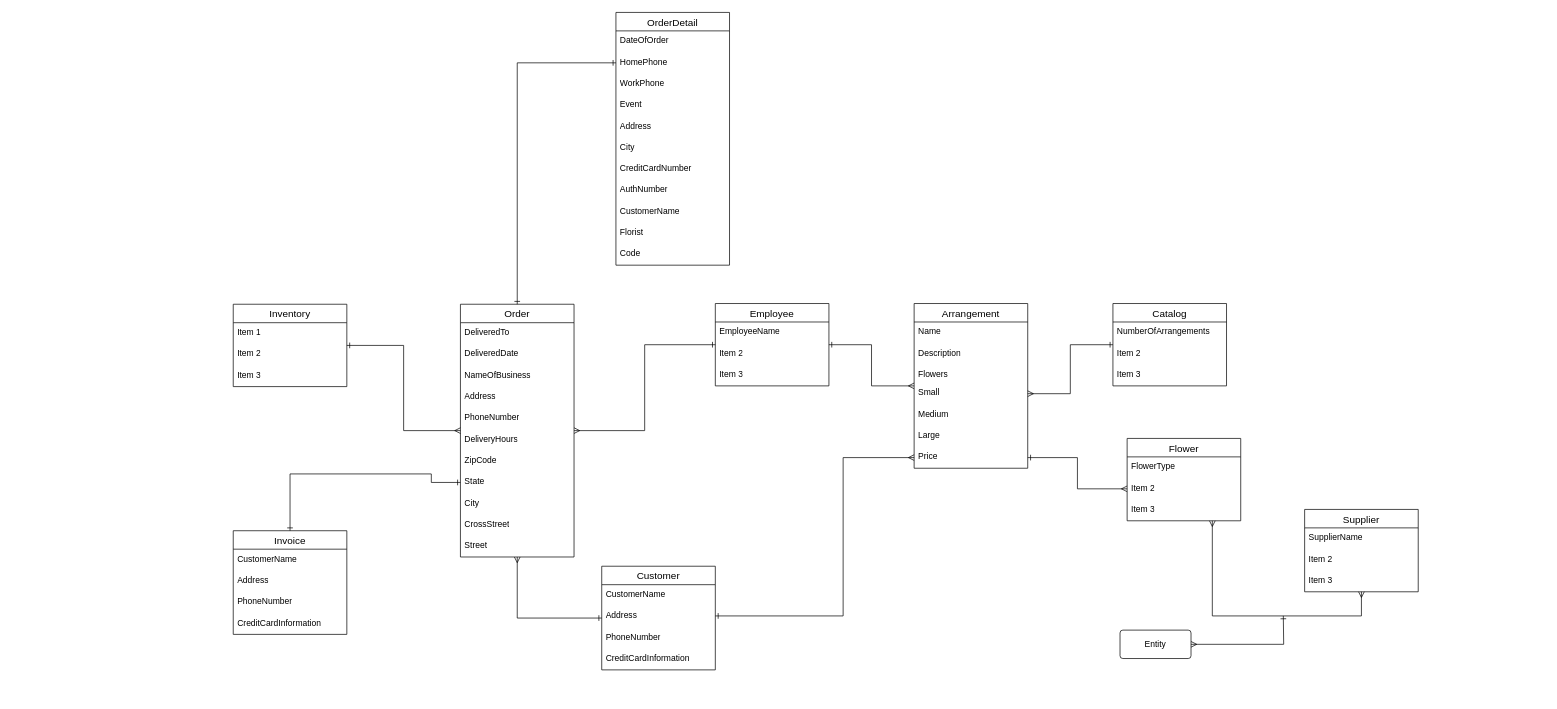
Before: ADBProject/ADB Project.drawio in TacoMaster04/draw.io, a draw.io diagram. Source tidied: cells renumbered, new cells numbered last; positions are measured from the earlier drawing's top-left corner, leaving out a move shared by most shapes. Both pictures are drawn from the tidied source at 71%, with x=0, y=0 at pixel (233, 12).
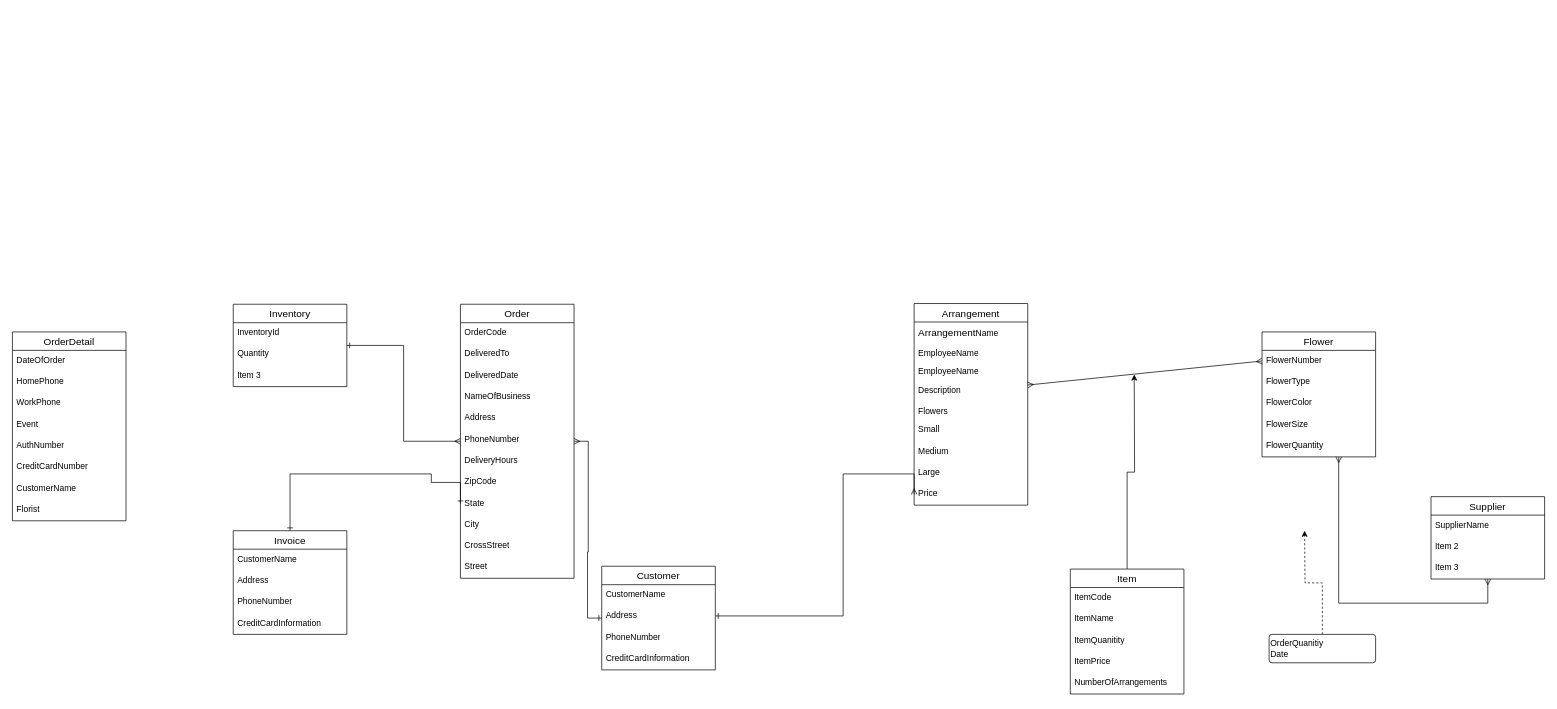
The same diagram, later.

Unchanged cells that the change refers to:
```xml
<mxCell id="19" value="Address" style="text;strokeColor=none;fillColor=none;spacingLeft=4;spacingRight=4;overflow=hidden;points=[[0,0.5],[1,0.5]];portConstraint=eastwest;fontSize=12;whiteSpace=wrap;html=1;" parent="17" vertex="1">
  <mxGeometry y="56" width="160" height="30" as="geometry" />
</mxCell>
<mxCell id="53" value="Inventory" style="swimlane;fontStyle=0;horizontal=1;startSize=26;align=center;fontSize=14;" parent="1" vertex="1">
  <mxGeometry y="411" width="160" height="116" as="geometry" />
</mxCell>
<mxCell id="59" value="HomePhone" style="text;strokeColor=none;fillColor=none;spacingLeft=4;spacingRight=4;overflow=hidden;points=[[0,0.5],[1,0.5]];portConstraint=eastwest;fontSize=12;whiteSpace=wrap;html=1;" parent="57" vertex="1">
  <mxGeometry y="56" width="160" height="30" as="geometry" />
</mxCell>
```

Change to the diagram source:
```diff
@@
-    <mxCell id="3" style="edgeStyle=orthogonalEdgeStyle;rounded=0;jettySize=auto;html=1;endArrow=ERone;endFill=0;startArrow=ERmany;startFill=0;" parent="1" edge="1" source="4" target="44">
-      <mxGeometry relative="1" as="geometry" />
-    </mxCell>
     <mxCell id="4" value="Order" style="swimlane;fontStyle=0;horizontal=1;startSize=26;align=center;fontSize=14;" parent="1" vertex="1">
-      <mxGeometry x="320" y="411" width="160" height="356" as="geometry" />
+      <mxGeometry x="320" y="411" width="160" height="386" as="geometry" />
     </mxCell>
+    <mxCell id="68" value="OrderCode" style="text;strokeColor=none;fillColor=none;spacingLeft=4;spacingRight=4;overflow=hidden;fontSize=12;whiteSpace=wrap;html=1;" parent="4" vertex="1">
+      <mxGeometry y="26" width="160" height="30" as="geometry" />
+    </mxCell>
     <mxCell id="5" value="DeliveredTo" style="text;strokeColor=none;fillColor=none;spacingLeft=4;spacingRight=4;overflow=hidden;fontSize=12;whiteSpace=wrap;html=1;" parent="4" vertex="1">
-      <mxGeometry y="26" width="160" height="30" as="geometry" />
+      <mxGeometry y="56" width="160" height="30" as="geometry" />
     </mxCell>
     <mxCell id="6" value="DeliveredDate" style="text;strokeColor=none;fillColor=none;spacingLeft=4;spacingRight=4;overflow=hidden;fontSize=12;whiteSpace=wrap;html=1;" parent="4" vertex="1">
-      <mxGeometry y="56" width="160" height="30" as="geometry" />
+      <mxGeometry y="86" width="160" height="30" as="geometry" />
     </mxCell>
     <mxCell id="7" value="NameOfBusiness" style="text;strokeColor=none;fillColor=none;spacingLeft=4;spacingRight=4;overflow=hidden;fontSize=12;whiteSpace=wrap;html=1;" parent="4" vertex="1">
-      <mxGeometry y="86" width="160" height="30" as="geometry" />
+      <mxGeometry y="116" width="160" height="30" as="geometry" />
     </mxCell>
     <mxCell id="8" value="Address" style="text;strokeColor=none;fillColor=none;spacingLeft=4;spacingRight=4;overflow=hidden;fontSize=12;whiteSpace=wrap;html=1;" parent="4" vertex="1">
-      <mxGeometry y="116" width="160" height="30" as="geometry" />
+      <mxGeometry y="146" width="160" height="30" as="geometry" />
     </mxCell>
     <mxCell id="9" value="PhoneNumber" style="text;strokeColor=none;fillColor=none;spacingLeft=4;spacingRight=4;overflow=hidden;fontSize=12;whiteSpace=wrap;html=1;" parent="4" vertex="1">
-      <mxGeometry y="146" width="160" height="30" as="geometry" />
+      <mxGeometry y="176" width="160" height="30" as="geometry" />
     </mxCell>
     <mxCell id="10" value="DeliveryHours" style="text;strokeColor=none;fillColor=none;spacingLeft=4;spacingRight=4;overflow=hidden;fontSize=12;whiteSpace=wrap;html=1;" parent="4" vertex="1">
-      <mxGeometry y="176" width="160" height="30" as="geometry" />
+      <mxGeometry y="206" width="160" height="30" as="geometry" />
     </mxCell>
     <mxCell id="11" value="ZipCode" style="text;strokeColor=none;fillColor=none;spacingLeft=4;spacingRight=4;overflow=hidden;fontSize=12;whiteSpace=wrap;html=1;" parent="4" vertex="1">
-      <mxGeometry y="206" width="160" height="30" as="geometry" />
+      <mxGeometry y="236" width="160" height="30" as="geometry" />
     </mxCell>
     <mxCell id="12" value="State" style="text;strokeColor=none;fillColor=none;spacingLeft=4;spacingRight=4;overflow=hidden;points=[[0,0.5],[1,0.5]];portConstraint=eastwest;fontSize=12;whiteSpace=wrap;html=1;" parent="4" vertex="1">
-      <mxGeometry y="236" width="160" height="30" as="geometry" />
+      <mxGeometry y="266" width="160" height="30" as="geometry" />
     </mxCell>
     <mxCell id="13" value="City" style="text;strokeColor=none;fillColor=none;spacingLeft=4;spacingRight=4;overflow=hidden;fontSize=12;whiteSpace=wrap;html=1;" parent="4" vertex="1">
-      <mxGeometry y="266" width="160" height="30" as="geometry" />
+      <mxGeometry y="296" width="160" height="30" as="geometry" />
     </mxCell>
     <mxCell id="14" value="CrossStreet" style="text;strokeColor=none;fillColor=none;spacingLeft=4;spacingRight=4;overflow=hidden;fontSize=12;whiteSpace=wrap;html=1;" parent="4" vertex="1">
-      <mxGeometry y="296" width="160" height="30" as="geometry" />
+      <mxGeometry y="326" width="160" height="30" as="geometry" />
     </mxCell>
     <mxCell id="15" value="Street" style="text;strokeColor=none;fillColor=none;spacingLeft=4;spacingRight=4;overflow=hidden;fontSize=12;whiteSpace=wrap;html=1;" parent="4" vertex="1">
-      <mxGeometry y="326" width="160" height="30" as="geometry" />
+      <mxGeometry y="356" width="160" height="30" as="geometry" />
     </mxCell>
@@
-    <mxCell id="22" style="edgeStyle=orthogonalEdgeStyle;rounded=0;jettySize=auto;html=1;endArrow=ERone;endFill=0;startArrow=ERmany;startFill=0;" parent="1" edge="1" source="23" target="44">
-      <mxGeometry relative="1" as="geometry" />
-    </mxCell>
     <mxCell id="23" value="Arrangement" style="swimlane;fontStyle=0;horizontal=1;startSize=26;align=center;fontSize=14;" parent="1" vertex="1">
-      <mxGeometry x="959" y="410" width="160" height="232" as="geometry" />
+      <mxGeometry x="959" y="410" width="160" height="284" as="geometry" />
     </mxCell>
-    <mxCell id="24" value="Name" style="text;strokeColor=none;fillColor=none;spacingLeft=4;spacingRight=4;overflow=hidden;fontSize=12;whiteSpace=wrap;html=1;" parent="23" vertex="1">
+    <mxCell id="24" value="&lt;span style=&quot;font-size: 14px; text-align: center; text-wrap-mode: nowrap;&quot;&gt;Arrangement&lt;/span&gt;Name" style="text;strokeColor=none;fillColor=none;spacingLeft=4;spacingRight=4;overflow=hidden;fontSize=12;whiteSpace=wrap;html=1;" parent="23" vertex="1">
       <mxGeometry y="26" width="160" height="30" as="geometry" />
     </mxCell>
+    <mxCell id="76" value="EmployeeName" style="text;strokeColor=none;fillColor=none;spacingLeft=4;spacingRight=4;overflow=hidden;fontSize=12;whiteSpace=wrap;html=1;" parent="23" vertex="1">
+      <mxGeometry y="56" width="160" height="26" as="geometry" />
+    </mxCell>
+    <mxCell id="77" value="EmployeeName" style="text;strokeColor=none;fillColor=none;spacingLeft=4;spacingRight=4;overflow=hidden;fontSize=12;whiteSpace=wrap;html=1;" parent="23" vertex="1">
+      <mxGeometry y="82" width="160" height="26" as="geometry" />
+    </mxCell>
     <mxCell id="25" value="Description" style="text;strokeColor=none;fillColor=none;spacingLeft=4;spacingRight=4;overflow=hidden;points=[[0,0.5],[1,0.5]];portConstraint=eastwest;fontSize=12;whiteSpace=wrap;html=1;" parent="23" vertex="1">
-      <mxGeometry y="56" width="160" height="30" as="geometry" />
+      <mxGeometry y="108" width="160" height="30" as="geometry" />
     </mxCell>
     <mxCell id="26" value="Flowers" style="text;strokeColor=none;fillColor=none;spacingLeft=4;spacingRight=4;overflow=hidden;fontSize=12;whiteSpace=wrap;html=1;" parent="23" vertex="1">
-      <mxGeometry y="86" width="160" height="26" as="geometry" />
+      <mxGeometry y="138" width="160" height="26" as="geometry" />
     </mxCell>
     <mxCell id="27" value="Small" style="text;strokeColor=none;fillColor=none;spacingLeft=4;spacingRight=4;overflow=hidden;points=[[0,0.5],[1,0.5]];portConstraint=eastwest;fontSize=12;whiteSpace=wrap;html=1;" parent="23" vertex="1">
-      <mxGeometry y="112" width="160" height="30" as="geometry" />
+      <mxGeometry y="164" width="160" height="30" as="geometry" />
     </mxCell>
     <mxCell id="28" value="Medium" style="text;strokeColor=none;fillColor=none;spacingLeft=4;spacingRight=4;overflow=hidden;fontSize=12;whiteSpace=wrap;html=1;" parent="23" vertex="1">
-      <mxGeometry y="142" width="160" height="30" as="geometry" />
+      <mxGeometry y="194" width="160" height="30" as="geometry" />
     </mxCell>
     <mxCell id="29" value="Large" style="text;strokeColor=none;fillColor=none;spacingLeft=4;spacingRight=4;overflow=hidden;fontSize=12;whiteSpace=wrap;html=1;" parent="23" vertex="1">
-      <mxGeometry y="172" width="160" height="30" as="geometry" />
+      <mxGeometry y="224" width="160" height="30" as="geometry" />
     </mxCell>
     <mxCell id="30" value="Price" style="text;strokeColor=none;fillColor=none;spacingLeft=4;spacingRight=4;overflow=hidden;points=[[0,0.5],[1,0.5]];portConstraint=eastwest;fontSize=12;whiteSpace=wrap;html=1;" parent="23" vertex="1">
-      <mxGeometry y="202" width="160" height="30" as="geometry" />
+      <mxGeometry y="254" width="160" height="30" as="geometry" />
     </mxCell>
+    <mxCell id="78" style="edgeStyle=orthogonalEdgeStyle;rounded=0;jettySize=auto;html=1;" parent="1" edge="1" source="31">
+      <mxGeometry relative="1" as="geometry">
+        <mxPoint x="1269" y="510" as="targetPoint" />
+      </mxGeometry>
+    </mxCell>
-    <mxCell id="31" value="Catalog" style="swimlane;fontStyle=0;horizontal=1;startSize=26;align=center;fontSize=14;" parent="1" vertex="1">
-      <mxGeometry x="1239" y="410" width="160" height="116" as="geometry" />
+    <mxCell id="31" value="Item" style="swimlane;fontStyle=0;horizontal=1;startSize=26;align=center;fontSize=14;" parent="1" vertex="1">
+      <mxGeometry x="1179" y="784" width="160" height="176" as="geometry" />
     </mxCell>
+    <mxCell id="34" value="ItemCode" style="text;strokeColor=none;fillColor=none;spacingLeft=4;spacingRight=4;overflow=hidden;fontSize=12;whiteSpace=wrap;html=1;" parent="31" vertex="1">
+      <mxGeometry y="26" width="160" height="30" as="geometry" />
+    </mxCell>
+    <mxCell id="79" value="ItemName" style="text;strokeColor=none;fillColor=none;spacingLeft=4;spacingRight=4;overflow=hidden;fontSize=12;whiteSpace=wrap;html=1;" parent="31" vertex="1">
+      <mxGeometry y="56" width="160" height="30" as="geometry" />
+    </mxCell>
+    <mxCell id="80" value="ItemQuanitity" style="text;strokeColor=none;fillColor=none;spacingLeft=4;spacingRight=4;overflow=hidden;fontSize=12;whiteSpace=wrap;html=1;" parent="31" vertex="1">
+      <mxGeometry y="86" width="160" height="30" as="geometry" />
+    </mxCell>
+    <mxCell id="81" value="ItemPrice" style="text;strokeColor=none;fillColor=none;spacingLeft=4;spacingRight=4;overflow=hidden;fontSize=12;whiteSpace=wrap;html=1;" parent="31" vertex="1">
+      <mxGeometry y="116" width="160" height="30" as="geometry" />
+    </mxCell>
     <mxCell id="32" value="NumberOfArrangements" style="text;strokeColor=none;fillColor=none;spacingLeft=4;spacingRight=4;overflow=hidden;fontSize=12;whiteSpace=wrap;html=1;" parent="31" vertex="1">
-      <mxGeometry y="26" width="160" height="30" as="geometry" />
+      <mxGeometry y="146" width="160" height="30" as="geometry" />
     </mxCell>
-    <mxCell id="33" value="Item 2" style="text;strokeColor=none;fillColor=none;spacingLeft=4;spacingRight=4;overflow=hidden;fontSize=12;whiteSpace=wrap;html=1;" parent="31" vertex="1">
-      <mxGeometry y="56" width="160" height="30" as="geometry" />
-    </mxCell>
-    <mxCell id="34" value="Item 3" style="text;strokeColor=none;fillColor=none;spacingLeft=4;spacingRight=4;overflow=hidden;fontSize=12;whiteSpace=wrap;html=1;" parent="31" vertex="1">
-      <mxGeometry y="86" width="160" height="30" as="geometry" />
-    </mxCell>
     <mxCell id="35" style="edgeStyle=orthogonalEdgeStyle;rounded=0;jettySize=auto;html=1;endArrow=ERmany;endFill=0;startArrow=ERmany;startFill=0;" parent="1" edge="1" source="36" target="40">
       <mxGeometry relative="1" as="geometry">
         <Array as="points">
-          <mxPoint x="1589" y="850" />
-          <mxPoint x="1379" y="850" />
+          <mxPoint x="1767" y="832" />
+          <mxPoint x="1557" y="832" />
         </Array>
       </mxGeometry>
     </mxCell>
     <mxCell id="36" value="Supplier" style="swimlane;fontStyle=0;horizontal=1;startSize=26;align=center;fontSize=14;" parent="1" vertex="1">
-      <mxGeometry x="1509" y="700" width="160" height="116" as="geometry" />
+      <mxGeometry x="1687" y="682" width="160" height="116" as="geometry" />
     </mxCell>
@@
     <mxCell id="40" value="Flower" style="swimlane;fontStyle=0;horizontal=1;startSize=26;align=center;fontSize=14;" parent="1" vertex="1">
-      <mxGeometry x="1259" y="600" width="160" height="116" as="geometry" />
+      <mxGeometry x="1449" y="450" width="160" height="176" as="geometry" />
     </mxCell>
+    <mxCell id="42" value="FlowerNumber" style="text;strokeColor=none;fillColor=none;spacingLeft=4;spacingRight=4;overflow=hidden;points=[[0,0.5],[1,0.5]];portConstraint=eastwest;fontSize=12;whiteSpace=wrap;html=1;" parent="40" vertex="1">
+      <mxGeometry y="26" width="160" height="30" as="geometry" />
+    </mxCell>
     <mxCell id="41" value="FlowerType" style="text;strokeColor=none;fillColor=none;spacingLeft=4;spacingRight=4;overflow=hidden;fontSize=12;whiteSpace=wrap;html=1;" parent="40" vertex="1">
-      <mxGeometry y="26" width="160" height="30" as="geometry" />
+      <mxGeometry y="56" width="160" height="30" as="geometry" />
     </mxCell>
-    <mxCell id="42" value="Item 2" style="text;strokeColor=none;fillColor=none;spacingLeft=4;spacingRight=4;overflow=hidden;points=[[0,0.5],[1,0.5]];portConstraint=eastwest;fontSize=12;whiteSpace=wrap;html=1;" parent="40" vertex="1">
-      <mxGeometry y="56" width="160" height="30" as="geometry" />
-    </mxCell>
-    <mxCell id="43" value="Item 3" style="text;strokeColor=none;fillColor=none;spacingLeft=4;spacingRight=4;overflow=hidden;fontSize=12;whiteSpace=wrap;html=1;" parent="40" vertex="1">
+    <mxCell id="43" value="FlowerColor" style="text;strokeColor=none;fillColor=none;spacingLeft=4;spacingRight=4;overflow=hidden;fontSize=12;whiteSpace=wrap;html=1;" parent="40" vertex="1">
       <mxGeometry y="86" width="160" height="30" as="geometry" />
     </mxCell>
-    <mxCell id="44" value="Employee" style="swimlane;fontStyle=0;horizontal=1;startSize=26;align=center;fontSize=14;" parent="1" vertex="1">
-      <mxGeometry x="679" y="410" width="160" height="116" as="geometry" />
-    </mxCell>
-    <mxCell id="45" value="EmployeeName" style="text;strokeColor=none;fillColor=none;spacingLeft=4;spacingRight=4;overflow=hidden;fontSize=12;whiteSpace=wrap;html=1;" parent="44" vertex="1">
-      <mxGeometry y="26" width="160" height="30" as="geometry" />
-    </mxCell>
-    <mxCell id="46" value="Item 2" style="text;strokeColor=none;fillColor=none;spacingLeft=4;spacingRight=4;overflow=hidden;fontSize=12;whiteSpace=wrap;html=1;" parent="44" vertex="1">
-      <mxGeometry y="56" width="160" height="30" as="geometry" />
-    </mxCell>
-    <mxCell id="47" value="Item 3" style="text;strokeColor=none;fillColor=none;spacingLeft=4;spacingRight=4;overflow=hidden;fontSize=12;whiteSpace=wrap;html=1;" parent="44" vertex="1">
-      <mxGeometry y="86" width="160" height="30" as="geometry" />
-    </mxCell>
+    <mxCell id="82" value="FlowerSize" style="text;strokeColor=none;fillColor=none;spacingLeft=4;spacingRight=4;overflow=hidden;fontSize=12;whiteSpace=wrap;html=1;" parent="40" vertex="1">
+      <mxGeometry y="116" width="160" height="30" as="geometry" />
+    </mxCell>
+    <mxCell id="83" value="FlowerQuantity" style="text;strokeColor=none;fillColor=none;spacingLeft=4;spacingRight=4;overflow=hidden;fontSize=12;whiteSpace=wrap;html=1;" parent="40" vertex="1">
+      <mxGeometry y="146" width="160" height="30" as="geometry" />
+    </mxCell>
@@
+    <mxCell id="55" value="InventoryId" style="text;strokeColor=none;fillColor=none;spacingLeft=4;spacingRight=4;overflow=hidden;fontSize=12;whiteSpace=wrap;html=1;" parent="53" vertex="1">
+      <mxGeometry y="26" width="160" height="30" as="geometry" />
+    </mxCell>
-    <mxCell id="54" value="Item 1" style="text;strokeColor=none;fillColor=none;spacingLeft=4;spacingRight=4;overflow=hidden;fontSize=12;whiteSpace=wrap;html=1;" parent="53" vertex="1">
-      <mxGeometry y="26" width="160" height="30" as="geometry" />
+    <mxCell id="54" value="Quantity" style="text;strokeColor=none;fillColor=none;spacingLeft=4;spacingRight=4;overflow=hidden;fontSize=12;whiteSpace=wrap;html=1;" parent="53" vertex="1">
+      <mxGeometry y="56" width="160" height="30" as="geometry" />
     </mxCell>
-    <mxCell id="55" value="Item 2" style="text;strokeColor=none;fillColor=none;spacingLeft=4;spacingRight=4;overflow=hidden;fontSize=12;whiteSpace=wrap;html=1;" parent="53" vertex="1">
-      <mxGeometry y="56" width="160" height="30" as="geometry" />
-    </mxCell>
@@
     <mxCell id="57" value="OrderDetail" style="swimlane;fontStyle=0;horizontal=1;startSize=26;align=center;fontSize=14;" parent="1" vertex="1">
-      <mxGeometry x="539" width="160" height="356" as="geometry" />
+      <mxGeometry x="-311" y="450" width="160" height="266" as="geometry" />
     </mxCell>
@@
-    <mxCell id="62" value="Address" style="text;strokeColor=none;fillColor=none;spacingLeft=4;spacingRight=4;overflow=hidden;fontSize=12;whiteSpace=wrap;html=1;" parent="57" vertex="1">
-      <mxGeometry y="146" width="160" height="30" as="geometry" />
-    </mxCell>
-    <mxCell id="63" value="City" style="text;strokeColor=none;fillColor=none;spacingLeft=4;spacingRight=4;overflow=hidden;fontSize=12;whiteSpace=wrap;html=1;" parent="57" vertex="1">
-      <mxGeometry y="176" width="160" height="30" as="geometry" />
-    </mxCell>
+    <mxCell id="65" value="AuthNumber" style="text;strokeColor=none;fillColor=none;spacingLeft=4;spacingRight=4;overflow=hidden;fontSize=12;whiteSpace=wrap;html=1;" parent="57" vertex="1">
+      <mxGeometry y="146" width="160" height="30" as="geometry" />
+    </mxCell>
     <mxCell id="64" value="CreditCardNumber" style="text;strokeColor=none;fillColor=none;spacingLeft=4;spacingRight=4;overflow=hidden;fontSize=12;whiteSpace=wrap;html=1;" parent="57" vertex="1">
-      <mxGeometry y="206" width="160" height="30" as="geometry" />
+      <mxGeometry y="176" width="160" height="30" as="geometry" />
     </mxCell>
-    <mxCell id="65" value="AuthNumber" style="text;strokeColor=none;fillColor=none;spacingLeft=4;spacingRight=4;overflow=hidden;fontSize=12;whiteSpace=wrap;html=1;" parent="57" vertex="1">
-      <mxGeometry y="236" width="160" height="30" as="geometry" />
-    </mxCell>
     <mxCell id="66" value="CustomerName" style="text;strokeColor=none;fillColor=none;spacingLeft=4;spacingRight=4;overflow=hidden;fontSize=12;whiteSpace=wrap;html=1;" parent="57" vertex="1">
-      <mxGeometry y="266" width="160" height="30" as="geometry" />
+      <mxGeometry y="206" width="160" height="30" as="geometry" />
     </mxCell>
     <mxCell id="67" value="Florist" style="text;strokeColor=none;fillColor=none;spacingLeft=4;spacingRight=4;overflow=hidden;fontSize=12;whiteSpace=wrap;html=1;" parent="57" vertex="1">
-      <mxGeometry y="296" width="160" height="30" as="geometry" />
+      <mxGeometry y="236" width="160" height="30" as="geometry" />
     </mxCell>
-    <mxCell id="68" value="Code" style="text;strokeColor=none;fillColor=none;spacingLeft=4;spacingRight=4;overflow=hidden;fontSize=12;whiteSpace=wrap;html=1;" parent="57" vertex="1">
-      <mxGeometry y="326" width="160" height="30" as="geometry" />
-    </mxCell>
-    <mxCell id="69" style="edgeStyle=orthogonalEdgeStyle;rounded=0;jettySize=auto;html=1;endArrow=ERone;endFill=0;startArrow=ERmany;startFill=0;" parent="1" edge="1" source="27" target="31">
-      <mxGeometry relative="1" as="geometry" />
-    </mxCell>
@@
-    <mxCell id="71" style="edgeStyle=orthogonalEdgeStyle;rounded=0;jettySize=auto;html=1;endArrow=ERone;endFill=0;startArrow=ERmany;startFill=0;" parent="1" edge="1" source="72">
-      <mxGeometry relative="1" as="geometry">
-        <mxPoint x="1479" y="850" as="targetPoint" />
-      </mxGeometry>
-    </mxCell>
-    <mxCell id="72" value="Entity" style="rounded=1;arcSize=10;whiteSpace=wrap;html=1;align=center;" parent="1" vertex="1">
-      <mxGeometry x="1249" y="870" width="100" height="40" as="geometry" />
-    </mxCell>
     <mxCell id="73" style="edgeStyle=orthogonalEdgeStyle;rounded=0;jettySize=auto;html=1;entryX=0;entryY=0.5;entryDx=0;entryDy=0;startArrow=ERone;startFill=0;endArrow=ERmany;endFill=0;" parent="1" edge="1" source="19" target="30">
       <mxGeometry relative="1" as="geometry">
         <Array as="points">
           <mxPoint x="859" y="850" />
-          <mxPoint x="859" y="627" />
+          <mxPoint x="859" y="650" />
+          <mxPoint x="959" y="650" />
         </Array>
       </mxGeometry>
     </mxCell>
-    <mxCell id="74" style="edgeStyle=orthogonalEdgeStyle;rounded=0;jettySize=auto;html=1;entryX=0.5;entryY=0;entryDx=0;entryDy=0;startArrow=ERone;startFill=0;endArrow=ERone;endFill=0;" parent="1" edge="1" source="59" target="4">
-      <mxGeometry relative="1" as="geometry" />
-    </mxCell>
-    <mxCell id="75" style="edgeStyle=orthogonalEdgeStyle;rounded=0;jettySize=auto;html=1;entryX=0;entryY=0.5;entryDx=0;entryDy=0;startArrow=ERone;startFill=0;endArrow=ERmany;endFill=0;" parent="1" edge="1" source="30" target="42">
+    <mxCell id="75" style="rounded=0;jettySize=auto;html=1;entryX=0;entryY=0.5;entryDx=0;entryDy=0;startArrow=ERmany;startFill=0;endArrow=ERmany;endFill=0;" parent="1" edge="1" source="25" target="42">
       <mxGeometry relative="1" as="geometry" />
     </mxCell>
+    <mxCell id="84" style="edgeStyle=orthogonalEdgeStyle;rounded=0;jettySize=auto;html=1;exitX=0.5;exitY=0;exitDx=0;exitDy=0;dashed=1;" parent="1" edge="1" source="85">
+      <mxGeometry relative="1" as="geometry">
+        <mxPoint x="1509" y="730" as="targetPoint" />
+      </mxGeometry>
+    </mxCell>
+    <mxCell id="85" value="OrderQuanitiy&lt;div&gt;Date&lt;/div&gt;" style="rounded=1;arcSize=10;whiteSpace=wrap;html=1;align=left;" parent="1" vertex="1">
+      <mxGeometry x="1459" y="876" width="150" height="40" as="geometry" />
+    </mxCell>
```
